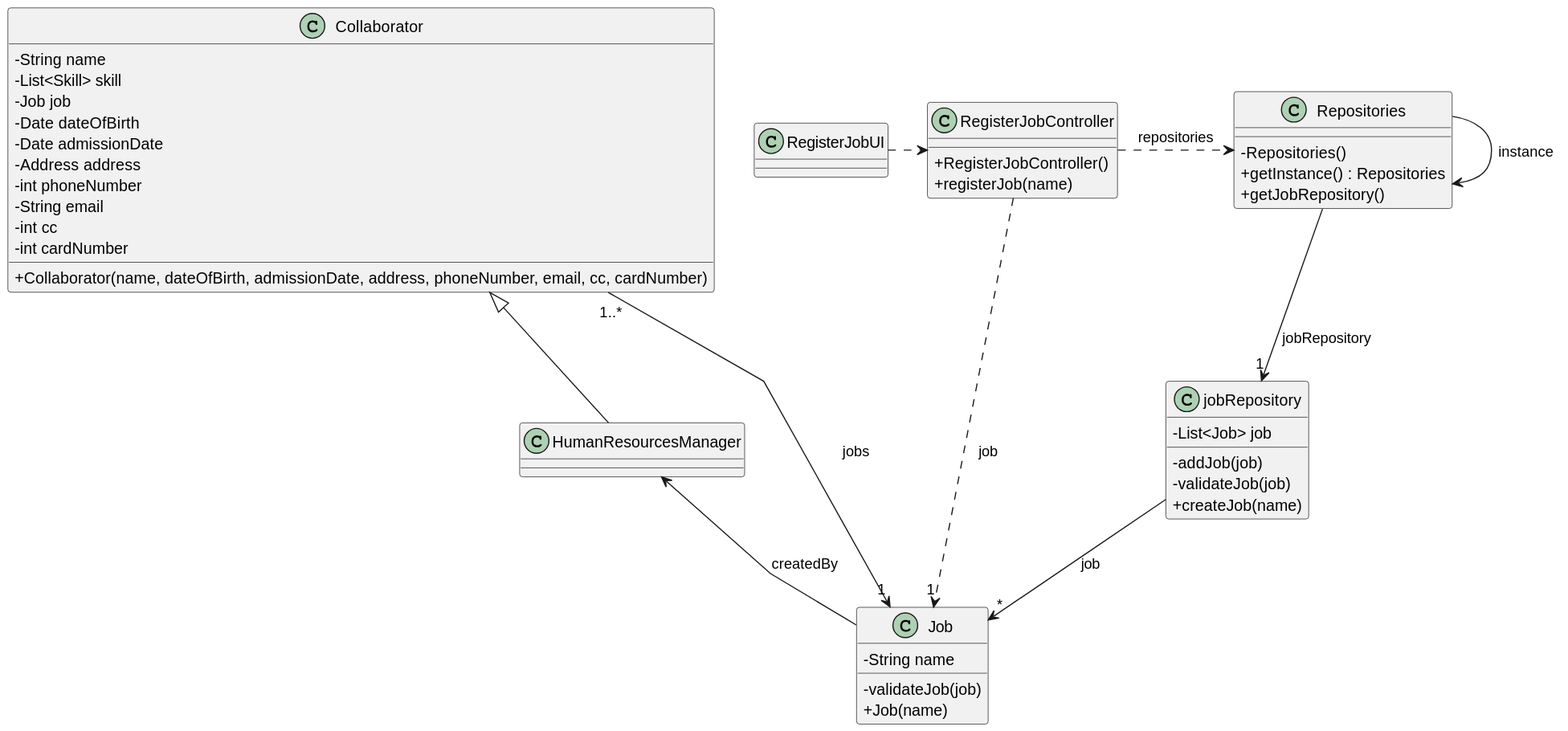
Earlier version of the PlantUML export docs/sprint2/us02/03.design/svg/us02-class-diagram.svg (Departamento-de-Engenharia-Informatica/lei-24-s2-1db-g022).
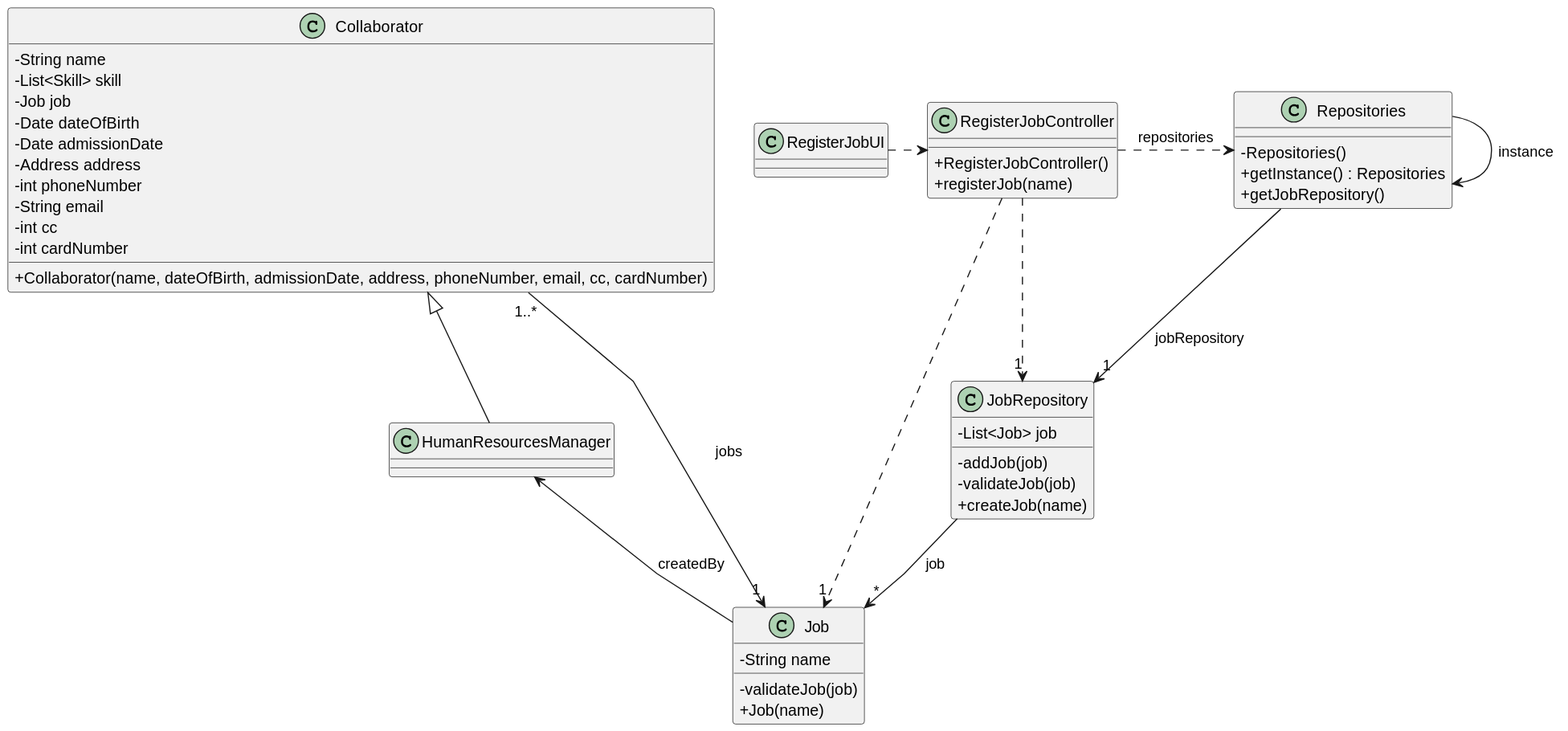
Above is the later version.

What changed in the source:
```diff
@@ -47,7 +47,7 @@
     +getJobRepository()
 }
 
-class jobRepository {
+class JobRepository {
     -List<Job> job
 
     -addJob(job)
@@ -56,14 +56,15 @@
 }
 
 RegisterJobController .> Repositories : repositories
-RegisterJobController ..> "1" Job : job
+RegisterJobController ..> "1" Job
+RegisterJobController ..> "1" JobRepository
 
 RegisterJobUI .> RegisterJobController
 
 Repositories -> Repositories : instance
-Repositories --> "1" jobRepository : jobRepository
+Repositories --> "1" JobRepository : jobRepository
 
-jobRepository --> "*" Job : job
+JobRepository --> "*" Job : job
 
 Collaborator  <|--  HumanResourcesManager
 Collaborator "1..*" --> "1" Job : jobs
```
